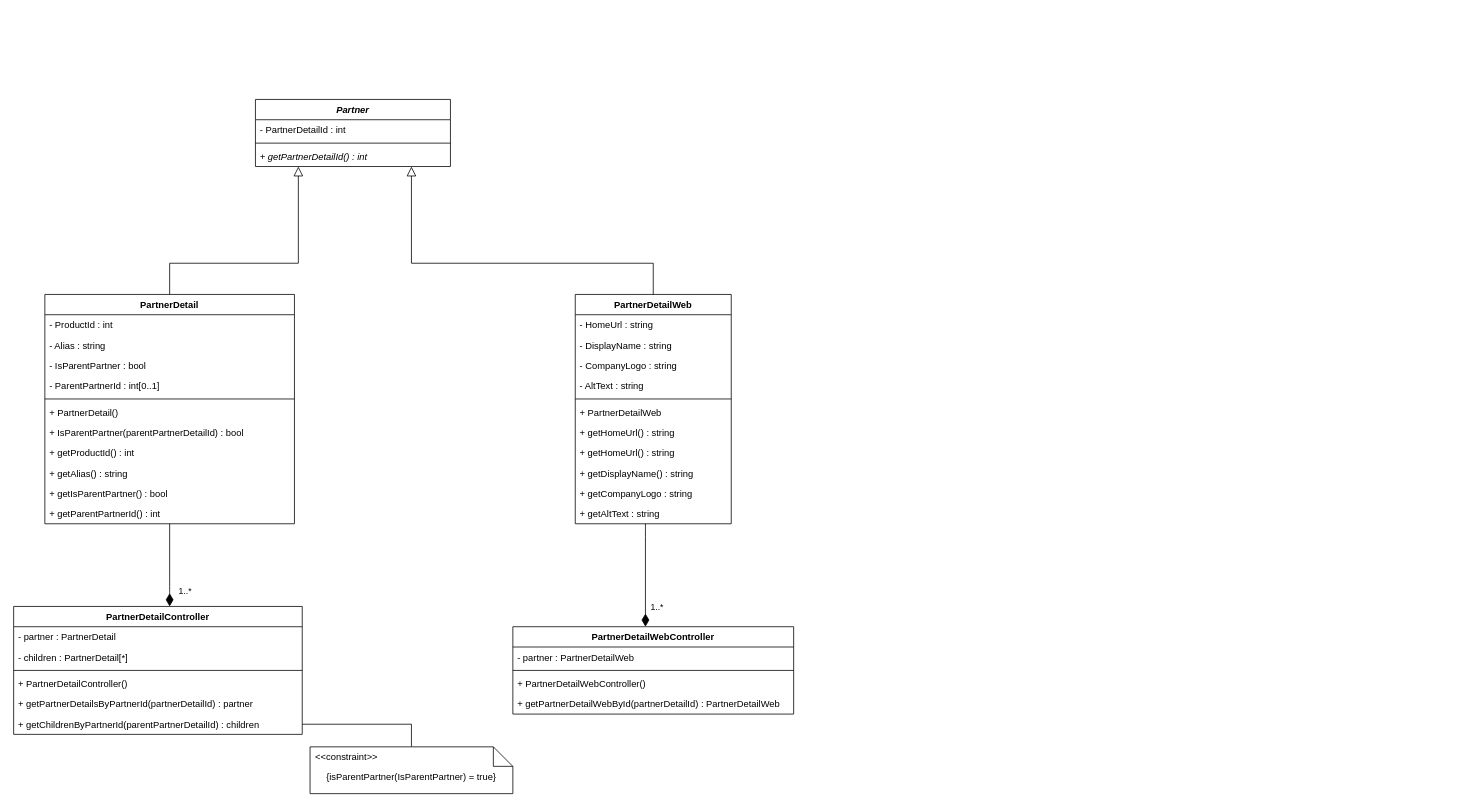
Above: ClassDiagramForDisplayRules.drawio in learningCurve89/WorkBasedPortfolios (draw.io), before the change. Source tidied: cells renumbered, new cells numbered last; positions are measured from the earlier drawing's top-left corner, leaving out a move shared by most shapes. Both pictures are drawn from the tidied source at 78%, with x=0, y=0 at pixel (13, 99).
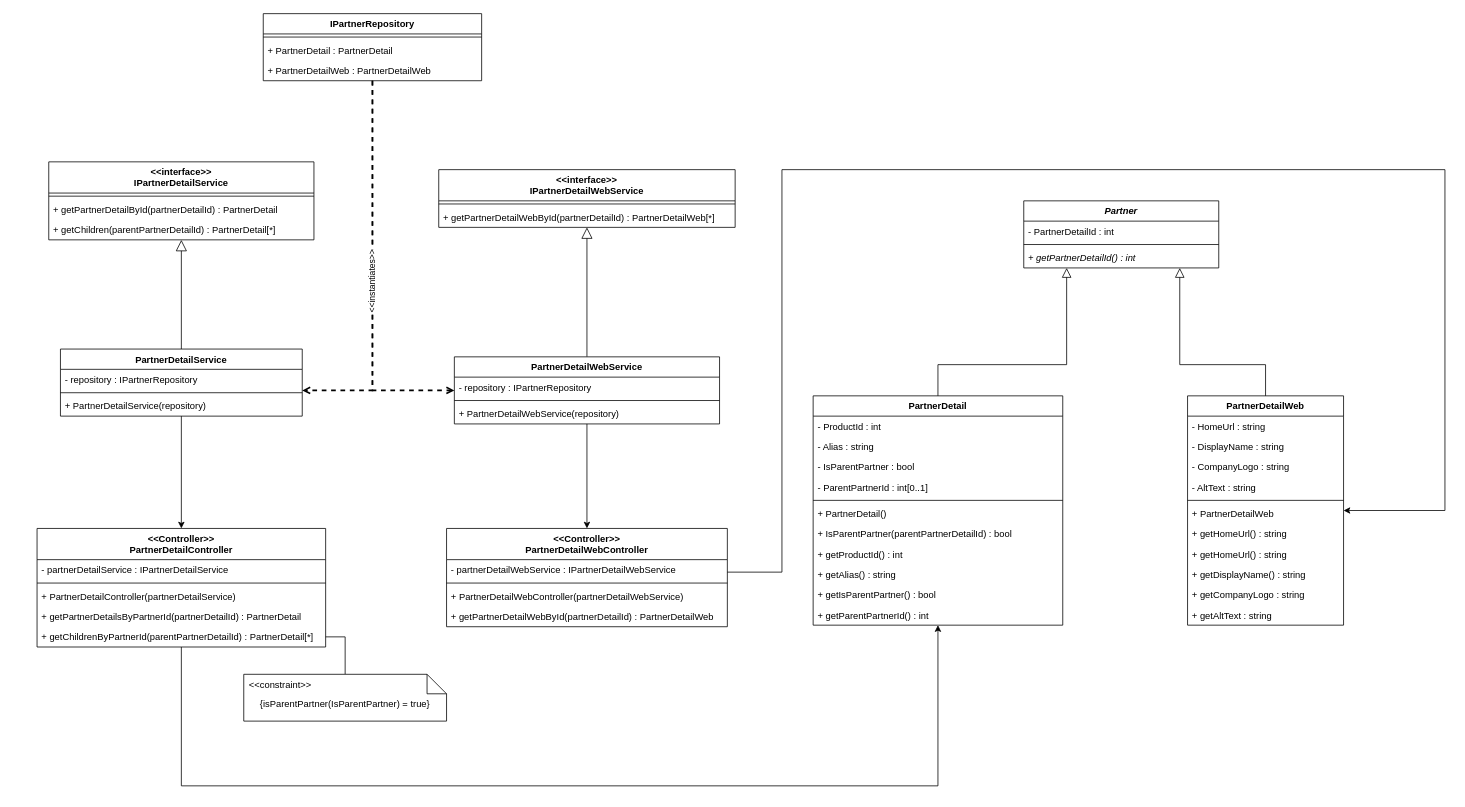
The same page after the edit.

The edit, as a diff of the source:
```diff
@@
     <mxCell id="2" value="PartnerDetail" style="swimlane;fontStyle=1;align=center;verticalAlign=top;horizontal=1;startSize=26;" parent="1" vertex="1">
-      <mxGeometry x="40" y="250" width="320" height="294" as="geometry" />
+      <mxGeometry x="1025" y="380" width="320" height="294" as="geometry" />
     </mxCell>
@@
+    <mxCell id="37" style="edgeStyle=orthogonalEdgeStyle;rounded=0;jettySize=auto;html=1;" parent="1" edge="1" source="14" target="19">
+      <mxGeometry relative="1" as="geometry">
+        <Array as="points">
+          <mxPoint x="985" y="606" />
+          <mxPoint x="985" y="90" />
+          <mxPoint x="1835" y="90" />
+        </Array>
+      </mxGeometry>
+    </mxCell>
-    <mxCell id="14" value="PartnerDetailWebController" style="swimlane;fontStyle=1;align=center;verticalAlign=top;horizontal=1;startSize=26;" parent="1" vertex="1">
-      <mxGeometry x="640" y="676" width="360" height="112" as="geometry" />
+    <mxCell id="14" value="&lt;&lt;Controller&gt;&gt;&#10;PartnerDetailWebController" style="swimlane;fontStyle=1;align=center;verticalAlign=top;horizontal=1;startSize=40;" parent="1" vertex="1">
+      <mxGeometry x="555" y="550" width="360" height="126" as="geometry" />
     </mxCell>
-    <mxCell id="15" value="- partner : PartnerDetailWeb" style="text;strokeColor=none;fillColor=none;align=left;verticalAlign=top;spacingLeft=4;spacingRight=4;overflow=hidden;" parent="14" vertex="1">
-      <mxGeometry y="26" width="360" height="26" as="geometry" />
+    <mxCell id="15" value="- partnerDetailWebService : IPartnerDetailWebService" style="text;strokeColor=none;fillColor=none;align=left;verticalAlign=top;spacingLeft=4;spacingRight=4;overflow=hidden;" parent="14" vertex="1">
+      <mxGeometry y="40" width="360" height="26" as="geometry" />
     </mxCell>
     <mxCell id="16" style="line;strokeWidth=1;fillColor=none;align=left;verticalAlign=middle;spacingTop=-1;spacingLeft=3;spacingRight=3;labelPosition=right;" parent="14" vertex="1">
-      <mxGeometry y="52" width="360" height="8" as="geometry" />
+      <mxGeometry y="66" width="360" height="8" as="geometry" />
     </mxCell>
-    <mxCell id="17" value="+ PartnerDetailWebController()" style="text;strokeColor=none;fillColor=none;align=left;verticalAlign=top;spacingLeft=4;spacingRight=4;overflow=hidden;" parent="14" vertex="1">
-      <mxGeometry y="60" width="360" height="26" as="geometry" />
+    <mxCell id="17" value="+ PartnerDetailWebController(partnerDetailWebService)" style="text;strokeColor=none;fillColor=none;align=left;verticalAlign=top;spacingLeft=4;spacingRight=4;overflow=hidden;" parent="14" vertex="1">
+      <mxGeometry y="74" width="360" height="26" as="geometry" />
     </mxCell>
     <mxCell id="18" value="+ getPartnerDetailWebById(partnerDetailId) : PartnerDetailWeb" style="text;strokeColor=none;fillColor=none;align=left;verticalAlign=top;spacingLeft=4;spacingRight=4;overflow=hidden;" parent="14" vertex="1">
-      <mxGeometry y="86" width="360" height="26" as="geometry" />
+      <mxGeometry y="100" width="360" height="26" as="geometry" />
     </mxCell>
     <mxCell id="19" value="PartnerDetailWeb" style="swimlane;fontStyle=1;align=center;verticalAlign=top;horizontal=1;startSize=26;" parent="1" vertex="1">
-      <mxGeometry x="720" y="250" width="200" height="294" as="geometry" />
+      <mxGeometry x="1505" y="380" width="200" height="294" as="geometry" />
     </mxCell>
@@
     <mxCell id="31" value="Partner" style="swimlane;fontStyle=3;align=center;verticalAlign=top;horizontal=1;startSize=26;" parent="1" vertex="1">
-      <mxGeometry x="310" width="250" height="86" as="geometry" />
+      <mxGeometry x="1295" y="130" width="250" height="86" as="geometry" />
     </mxCell>
@@
     <mxCell id="35" style="endArrow=block;endSize=10;endFill=0;shadow=0;strokeWidth=1;rounded=0;edgeStyle=elbowEdgeStyle;elbow=vertical;" parent="1" edge="1" source="2" target="31">
       <mxGeometry relative="1" as="geometry">
         <Array as="points">
-          <mxPoint x="365" y="210" />
+          <mxPoint x="1350" y="340" />
         </Array>
       </mxGeometry>
     </mxCell>
     <mxCell id="36" style="endArrow=block;endSize=10;endFill=0;shadow=0;strokeWidth=1;rounded=0;edgeStyle=elbowEdgeStyle;elbow=vertical;" parent="1" edge="1" source="19" target="31">
       <mxGeometry relative="1" as="geometry">
         <Array as="points">
-          <mxPoint x="510" y="210" />
-          <mxPoint x="520" y="570" />
+          <mxPoint x="1495" y="340" />
+          <mxPoint x="1505" y="700" />
         </Array>
       </mxGeometry>
     </mxCell>
-    <mxCell id="37" value="1..*" style="endArrow=none;html=1;endSize=12;startArrow=diamondThin;startSize=14;startFill=1;edgeStyle=orthogonalEdgeStyle;align=left;verticalAlign=bottom;endFill=0;" parent="1" edge="1" source="14" target="19">
-      <mxGeometry x="0.91" y="-110" relative="1" as="geometry">
-        <Array as="points">
-          <mxPoint x="810" y="550" />
-          <mxPoint x="810" y="550" />
-        </Array>
-        <mxPoint x="-105" y="110" as="offset" />
-      </mxGeometry>
-    </mxCell>
+    <mxCell id="45" style="edgeStyle=orthogonalEdgeStyle;rounded=0;jettySize=auto;html=1;" parent="1" edge="1" source="38" target="2">
+      <mxGeometry relative="1" as="geometry">
+        <Array as="points">
+          <mxPoint x="215" y="880" />
+          <mxPoint x="1185" y="880" />
+        </Array>
+      </mxGeometry>
+    </mxCell>
-    <mxCell id="38" value="PartnerDetailController" style="swimlane;fontStyle=1;align=center;verticalAlign=top;horizontal=1;startSize=26;" parent="1" vertex="1">
-      <mxGeometry y="650" width="370" height="164" as="geometry" />
+    <mxCell id="38" value="&lt;&lt;Controller&gt;&gt;&#10;PartnerDetailController" style="swimlane;fontStyle=1;align=center;verticalAlign=top;horizontal=1;startSize=40;" parent="1" vertex="1">
+      <mxGeometry x="30" y="550" width="370" height="152" as="geometry" />
     </mxCell>
-    <mxCell id="39" value="- partner : PartnerDetail" style="text;strokeColor=none;fillColor=none;align=left;verticalAlign=top;spacingLeft=4;spacingRight=4;overflow=hidden;" parent="38" vertex="1">
-      <mxGeometry y="26" width="370" height="26" as="geometry" />
+    <mxCell id="39" value="- partnerDetailService : IPartnerDetailService" style="text;strokeColor=none;fillColor=none;align=left;verticalAlign=top;spacingLeft=4;spacingRight=4;overflow=hidden;" parent="38" vertex="1">
+      <mxGeometry y="40" width="370" height="26" as="geometry" />
     </mxCell>
-    <mxCell id="40" value="- children : PartnerDetail[*]" style="text;strokeColor=none;fillColor=none;align=left;verticalAlign=top;spacingLeft=4;spacingRight=4;overflow=hidden;" parent="38" vertex="1">
-      <mxGeometry y="52" width="370" height="26" as="geometry" />
-    </mxCell>
     <mxCell id="41" style="line;strokeWidth=1;fillColor=none;align=left;verticalAlign=middle;spacingTop=-1;spacingLeft=3;spacingRight=3;labelPosition=right;" parent="38" vertex="1">
-      <mxGeometry y="78" width="370" height="8" as="geometry" />
+      <mxGeometry y="66" width="370" height="8" as="geometry" />
     </mxCell>
-    <mxCell id="42" value="+ PartnerDetailController()" style="text;strokeColor=none;fillColor=none;align=left;verticalAlign=top;spacingLeft=4;spacingRight=4;overflow=hidden;" parent="38" vertex="1">
-      <mxGeometry y="86" width="370" height="26" as="geometry" />
+    <mxCell id="42" value="+ PartnerDetailController(partnerDetailService)" style="text;strokeColor=none;fillColor=none;align=left;verticalAlign=top;spacingLeft=4;spacingRight=4;overflow=hidden;" parent="38" vertex="1">
+      <mxGeometry y="74" width="370" height="26" as="geometry" />
     </mxCell>
-    <mxCell id="43" value="+ getPartnerDetailsByPartnerId(partnerDetailId) : partner" style="text;strokeColor=none;fillColor=none;align=left;verticalAlign=top;spacingLeft=4;spacingRight=4;overflow=hidden;" parent="38" vertex="1">
-      <mxGeometry y="112" width="370" height="26" as="geometry" />
+    <mxCell id="43" value="+ getPartnerDetailsByPartnerId(partnerDetailId) : PartnerDetail" style="text;strokeColor=none;fillColor=none;align=left;verticalAlign=top;spacingLeft=4;spacingRight=4;overflow=hidden;" parent="38" vertex="1">
+      <mxGeometry y="100" width="370" height="26" as="geometry" />
     </mxCell>
-    <mxCell id="44" value="+ getChildrenByPartnerId(parentPartnerDetailId) : children" style="text;strokeColor=none;fillColor=none;align=left;verticalAlign=top;spacingLeft=4;spacingRight=4;overflow=hidden;points=[[0,0.5],[1,0.5]];portConstraint=eastwest;" parent="38" vertex="1">
-      <mxGeometry y="138" width="370" height="26" as="geometry" />
+    <mxCell id="44" value="+ getChildrenByPartnerId(parentPartnerDetailId) : PartnerDetail[*]" style="text;strokeColor=none;fillColor=none;align=left;verticalAlign=top;spacingLeft=4;spacingRight=4;overflow=hidden;points=[[0,0.5],[1,0.5]];portConstraint=eastwest;" parent="38" vertex="1">
+      <mxGeometry y="126" width="370" height="26" as="geometry" />
     </mxCell>
-    <mxCell id="45" value="1..*" style="endArrow=none;html=1;endSize=12;startArrow=diamondThin;startSize=14;startFill=1;edgeStyle=orthogonalEdgeStyle;align=left;verticalAlign=bottom;endFill=0;" parent="1" edge="1" source="38" target="2">
-      <mxGeometry x="-0.62" y="-14" relative="1" as="geometry">
-        <Array as="points">
-          <mxPoint x="200" y="630" />
-          <mxPoint x="200" y="630" />
-        </Array>
-        <mxPoint x="-4" y="10" as="offset" />
-      </mxGeometry>
-    </mxCell>
@@
     <mxCell id="47" value="{isParentPartner(IsParentPartner) = true}" style="shape=note2;boundedLbl=1;whiteSpace=wrap;html=1;size=25;verticalAlign=top;align=center;" parent="1" vertex="1">
-      <mxGeometry x="380" y="830" width="260" height="60" as="geometry" />
+      <mxGeometry x="295" y="737" width="260" height="60" as="geometry" />
     </mxCell>
@@
+    <mxCell id="49" value="&lt;&lt;interface&gt;&gt;&#10;IPartnerDetailService" style="swimlane;fontStyle=1;align=center;verticalAlign=top;horizontal=1;startSize=40;" parent="1" vertex="1">
+      <mxGeometry x="45" y="80" width="340" height="100" as="geometry" />
+    </mxCell>
+    <mxCell id="50" style="line;strokeWidth=1;fillColor=none;align=left;verticalAlign=middle;spacingTop=-1;spacingLeft=3;spacingRight=3;labelPosition=right;" parent="49" vertex="1">
+      <mxGeometry y="40" width="340" height="8" as="geometry" />
+    </mxCell>
+    <mxCell id="51" value="+ getPartnerDetailById(partnerDetailId) : PartnerDetail" style="text;strokeColor=none;fillColor=none;align=left;verticalAlign=top;spacingLeft=4;spacingRight=4;overflow=hidden;" parent="49" vertex="1">
+      <mxGeometry y="48" width="340" height="26" as="geometry" />
+    </mxCell>
+    <mxCell id="52" value="+ getChildren(parentPartnerDetailId) : PartnerDetail[*]" style="text;strokeColor=none;fillColor=none;align=left;verticalAlign=top;spacingLeft=4;spacingRight=4;overflow=hidden;" parent="49" vertex="1">
+      <mxGeometry y="74" width="340" height="26" as="geometry" />
+    </mxCell>
+    <mxCell id="53" style="edgeStyle=orthogonalEdgeStyle;rounded=0;jettySize=auto;html=1;dashed=1;endArrow=open;endFill=0;strokeWidth=2;" parent="1" edge="1" source="55" target="65">
+      <mxGeometry relative="1" as="geometry">
+        <Array as="points">
+          <mxPoint x="460" y="373" />
+        </Array>
+      </mxGeometry>
+    </mxCell>
+    <mxCell id="54" style="edgeStyle=orthogonalEdgeStyle;rounded=0;jettySize=auto;html=1;dashed=1;strokeWidth=2;endArrow=open;endFill=0;" parent="1" edge="1" source="55" target="70">
+      <mxGeometry relative="1" as="geometry">
+        <Array as="points">
+          <mxPoint x="460" y="373" />
+        </Array>
+      </mxGeometry>
+    </mxCell>
+    <mxCell id="55" value="IPartnerRepository" style="swimlane;fontStyle=1;align=center;verticalAlign=top;horizontal=1;startSize=26;" parent="1" vertex="1">
+      <mxGeometry x="320" y="-110" width="280" height="86" as="geometry" />
+    </mxCell>
+    <mxCell id="56" style="line;strokeWidth=1;fillColor=none;align=left;verticalAlign=middle;spacingTop=-1;spacingLeft=3;spacingRight=3;labelPosition=right;" parent="55" vertex="1">
+      <mxGeometry y="26" width="280" height="8" as="geometry" />
+    </mxCell>
+    <mxCell id="57" value="+ PartnerDetail : PartnerDetail" style="text;strokeColor=none;fillColor=none;align=left;verticalAlign=top;spacingLeft=4;spacingRight=4;overflow=hidden;" parent="55" vertex="1">
+      <mxGeometry y="34" width="280" height="26" as="geometry" />
+    </mxCell>
+    <mxCell id="58" value="+ PartnerDetailWeb : PartnerDetailWeb" style="text;strokeColor=none;fillColor=none;align=left;verticalAlign=top;spacingLeft=4;spacingRight=4;overflow=hidden;" parent="55" vertex="1">
+      <mxGeometry y="60" width="280" height="26" as="geometry" />
+    </mxCell>
+    <mxCell id="59" value="&lt;&lt;interface&gt;&gt;&#10;IPartnerDetailWebService" style="swimlane;fontStyle=1;align=center;verticalAlign=top;horizontal=1;startSize=40;" parent="1" vertex="1">
+      <mxGeometry x="545" y="90" width="380" height="74" as="geometry" />
+    </mxCell>
+    <mxCell id="60" style="line;strokeWidth=1;fillColor=none;align=left;verticalAlign=middle;spacingTop=-1;spacingLeft=3;spacingRight=3;labelPosition=right;" parent="59" vertex="1">
+      <mxGeometry y="40" width="380" height="8" as="geometry" />
+    </mxCell>
+    <mxCell id="61" value="+ getPartnerDetailWebById(partnerDetailId) : PartnerDetailWeb[*]" style="text;strokeColor=none;fillColor=none;align=left;verticalAlign=top;spacingLeft=4;spacingRight=4;overflow=hidden;" parent="59" vertex="1">
+      <mxGeometry y="48" width="380" height="26" as="geometry" />
+    </mxCell>
+    <mxCell id="62" style="endArrow=block;endFill=0;endSize=12;html=1;" parent="1" edge="1" source="65" target="49">
+      <mxGeometry relative="1" as="geometry" />
+    </mxCell>
+    <mxCell id="63" style="endArrow=block;endFill=0;endSize=12;html=1;" parent="1" edge="1" source="70" target="59">
+      <mxGeometry relative="1" as="geometry" />
+    </mxCell>
+    <mxCell id="64" style="edgeStyle=orthogonalEdgeStyle;rounded=0;jettySize=auto;html=1;" parent="1" edge="1" source="65" target="38">
+      <mxGeometry relative="1" as="geometry" />
+    </mxCell>
+    <mxCell id="65" value="PartnerDetailService" style="swimlane;fontStyle=1;align=center;verticalAlign=top;horizontal=1;startSize=26;" parent="1" vertex="1">
+      <mxGeometry x="60" y="320" width="310" height="86" as="geometry" />
+    </mxCell>
+    <mxCell id="66" value="- repository : IPartnerRepository" style="text;strokeColor=none;fillColor=none;align=left;verticalAlign=top;spacingLeft=4;spacingRight=4;overflow=hidden;" parent="65" vertex="1">
+      <mxGeometry y="26" width="310" height="26" as="geometry" />
+    </mxCell>
+    <mxCell id="67" style="line;strokeWidth=1;fillColor=none;align=left;verticalAlign=middle;spacingTop=-1;spacingLeft=3;spacingRight=3;labelPosition=right;" parent="65" vertex="1">
+      <mxGeometry y="52" width="310" height="8" as="geometry" />
+    </mxCell>
+    <mxCell id="68" value="+ PartnerDetailService(repository)" style="text;strokeColor=none;fillColor=none;align=left;verticalAlign=top;spacingLeft=4;spacingRight=4;overflow=hidden;" parent="65" vertex="1">
+      <mxGeometry y="60" width="310" height="26" as="geometry" />
+    </mxCell>
+    <mxCell id="69" style="edgeStyle=orthogonalEdgeStyle;rounded=0;jettySize=auto;html=1;" parent="1" edge="1" source="70" target="14">
+      <mxGeometry relative="1" as="geometry" />
+    </mxCell>
+    <mxCell id="70" value="PartnerDetailWebService" style="swimlane;fontStyle=1;align=center;verticalAlign=top;horizontal=1;startSize=26;" parent="1" vertex="1">
+      <mxGeometry x="565" y="330" width="340" height="86" as="geometry" />
+    </mxCell>
+    <mxCell id="71" value="- repository : IPartnerRepository" style="text;strokeColor=none;fillColor=none;align=left;verticalAlign=top;spacingLeft=4;spacingRight=4;overflow=hidden;" parent="70" vertex="1">
+      <mxGeometry y="26" width="340" height="26" as="geometry" />
+    </mxCell>
+    <mxCell id="72" style="line;strokeWidth=1;fillColor=none;align=left;verticalAlign=middle;spacingTop=-1;spacingLeft=3;spacingRight=3;labelPosition=right;" parent="70" vertex="1">
+      <mxGeometry y="52" width="340" height="8" as="geometry" />
+    </mxCell>
+    <mxCell id="73" value="+ PartnerDetailWebService(repository)" style="text;strokeColor=none;fillColor=none;align=left;verticalAlign=top;spacingLeft=4;spacingRight=4;overflow=hidden;" parent="70" vertex="1">
+      <mxGeometry y="60" width="340" height="26" as="geometry" />
+    </mxCell>
+    <mxCell id="74" value="&amp;lt;&amp;lt;instantiates&amp;gt;&amp;gt;" style="edgeLabel;html=1;align=center;verticalAlign=middle;rotation=-90;" parent="1" vertex="1">
+      <mxGeometry x="460" y="234.6" as="geometry" />
+    </mxCell>
```
